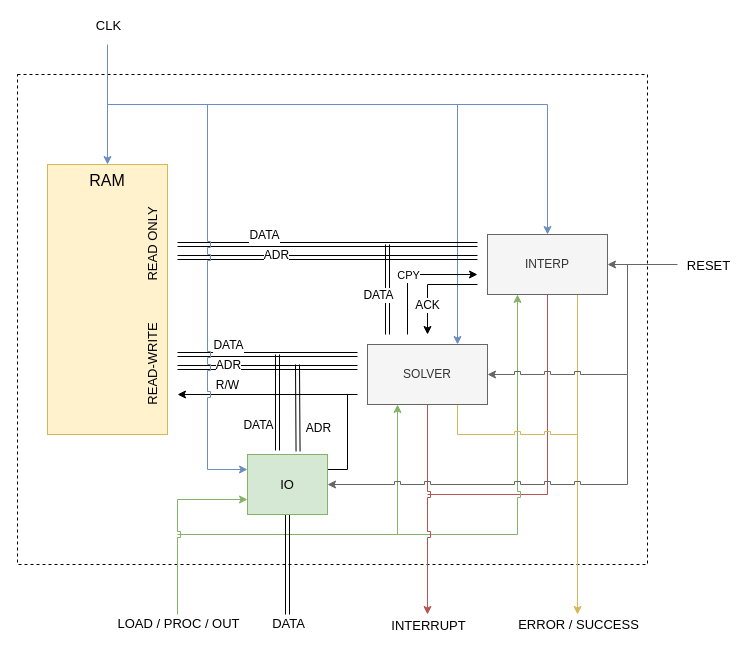
Before: d0.drawio in mido3ds/ode-solver-chip, a draw.io diagram. Source tidied: cells renumbered, new cells numbered last; positions are measured from the earlier drawing's top-left corner, leaving out a move shared by most shapes. Both pictures are drawn from the tidied source at 100%, with x=0, y=0 at pixel (17, 44).
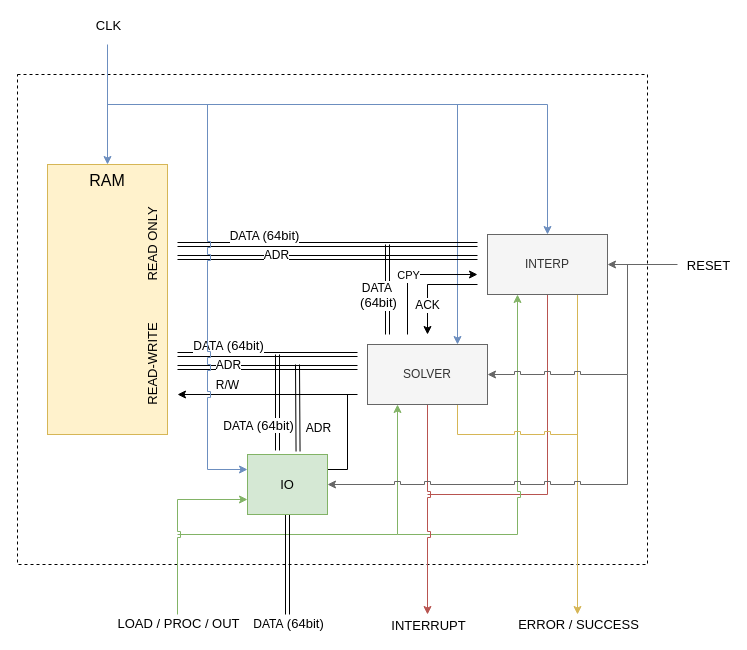
The same diagram, later.

Commit message:
added bus sie

The change refers to these unchanged cells:
```xml
<mxCell id="21" style="shape=link;html=1;" parent="1" edge="1">
  <mxGeometry relative="1" as="geometry">
    <mxPoint x="160" y="310" as="sourcePoint" />
    <mxPoint x="340" y="310" as="targetPoint" />
  </mxGeometry>
</mxCell>
<mxCell id="27" style="shape=link;html=1;" parent="1" edge="1">
  <mxGeometry relative="1" as="geometry">
    <mxPoint x="160" y="200" as="sourcePoint" />
    <mxPoint x="460" y="200" as="targetPoint" />
  </mxGeometry>
</mxCell>
<mxCell id="31" style="shape=link;html=1;" parent="1" edge="1">
  <mxGeometry relative="1" as="geometry">
    <mxPoint x="370" y="290" as="sourcePoint" />
    <mxPoint x="370" y="200" as="targetPoint" />
  </mxGeometry>
</mxCell>
<mxCell id="37" style="edgeStyle=none;rounded=0;jumpStyle=sharp;jettySize=auto;html=1;shadow=0;startArrow=none;startFill=0;endArrow=none;endFill=0;strokeColor=#000000;fontSize=13;shape=link;" parent="1" edge="1" source="44">
  <mxGeometry relative="1" as="geometry">
    <mxPoint x="270" y="570" as="targetPoint" />
  </mxGeometry>
</mxCell>
<mxCell id="45" style="shape=link;html=1;entryX=0.375;entryY=-0.067;entryDx=0;entryDy=0;entryPerimeter=0;" parent="1" edge="1" target="44">
  <mxGeometry relative="1" as="geometry">
    <mxPoint x="260" y="310" as="sourcePoint" />
  </mxGeometry>
</mxCell>
```

What changed in the source:
```diff
@@
-    <mxCell id="22" value="DATA" style="text;html=1;align=center;verticalAlign=middle;labelBackgroundColor=#ffffff;" parent="21" vertex="1">
+    <mxCell id="22" value="DATA&amp;nbsp;&lt;span style=&quot;font-size: 13px&quot;&gt;(64bit)&lt;/span&gt;" style="text;html=1;align=center;verticalAlign=middle;labelBackgroundColor=#ffffff;" parent="21" vertex="1">
       <mxGeometry x="-0.4" y="-3" relative="1" as="geometry">
         <mxPoint x="-4" y="-13" as="offset" />
       </mxGeometry>
     </mxCell>
@@
-    <mxCell id="28" value="DATA" style="text;html=1;align=center;verticalAlign=middle;labelBackgroundColor=#ffffff;" parent="27" vertex="1">
+    <mxCell id="28" value="DATA &lt;span style=&quot;font-size: 13px&quot;&gt;(64bit)&lt;/span&gt;" style="text;html=1;align=center;verticalAlign=middle;labelBackgroundColor=#ffffff;" parent="27" vertex="1">
       <mxGeometry x="-0.4" y="-3" relative="1" as="geometry">
         <mxPoint x="-4" y="-13" as="offset" />
       </mxGeometry>
     </mxCell>
@@
-    <mxCell id="32" value="DATA" style="text;html=1;align=center;verticalAlign=middle;labelBackgroundColor=#ffffff;fontSize=12;" parent="31" vertex="1">
+    <mxCell id="32" value="DATA&amp;nbsp;&lt;br&gt;&lt;span style=&quot;font-size: 13px&quot;&gt;(64bit)&lt;/span&gt;" style="text;html=1;align=center;verticalAlign=middle;labelBackgroundColor=#ffffff;fontSize=12;" parent="31" vertex="1">
       <mxGeometry x="-0.25" y="-2" relative="1" as="geometry">
         <mxPoint x="-12" y="-6" as="offset" />
       </mxGeometry>
     </mxCell>
@@
-    <mxCell id="38" value="DATA" style="text;html=1;align=center;verticalAlign=middle;labelBackgroundColor=#ffffff;fontSize=13;" parent="37" vertex="1">
+    <mxCell id="38" value="&lt;span style=&quot;font-size: 12px&quot;&gt;DATA&amp;nbsp;&lt;/span&gt;(64bit)" style="text;html=1;align=center;verticalAlign=middle;labelBackgroundColor=#ffffff;fontSize=13;" parent="37" vertex="1">
       <mxGeometry x="0.75" y="3" relative="1" as="geometry">
         <mxPoint x="-3" y="20" as="offset" />
       </mxGeometry>
     </mxCell>
@@
-    <mxCell id="46" value="DATA" style="text;html=1;align=center;verticalAlign=middle;labelBackgroundColor=#ffffff;" parent="45" vertex="1">
+    <mxCell id="46" value="DATA&amp;nbsp;&lt;span style=&quot;font-size: 13px&quot;&gt;(64bit)&lt;/span&gt;" style="text;html=1;align=center;verticalAlign=middle;labelBackgroundColor=#ffffff;" parent="45" vertex="1">
       <mxGeometry x="-0.4" y="-3" relative="1" as="geometry">
-        <mxPoint x="-17" y="41.5" as="offset" />
+        <mxPoint x="-17" y="41" as="offset" />
       </mxGeometry>
     </mxCell>
```
